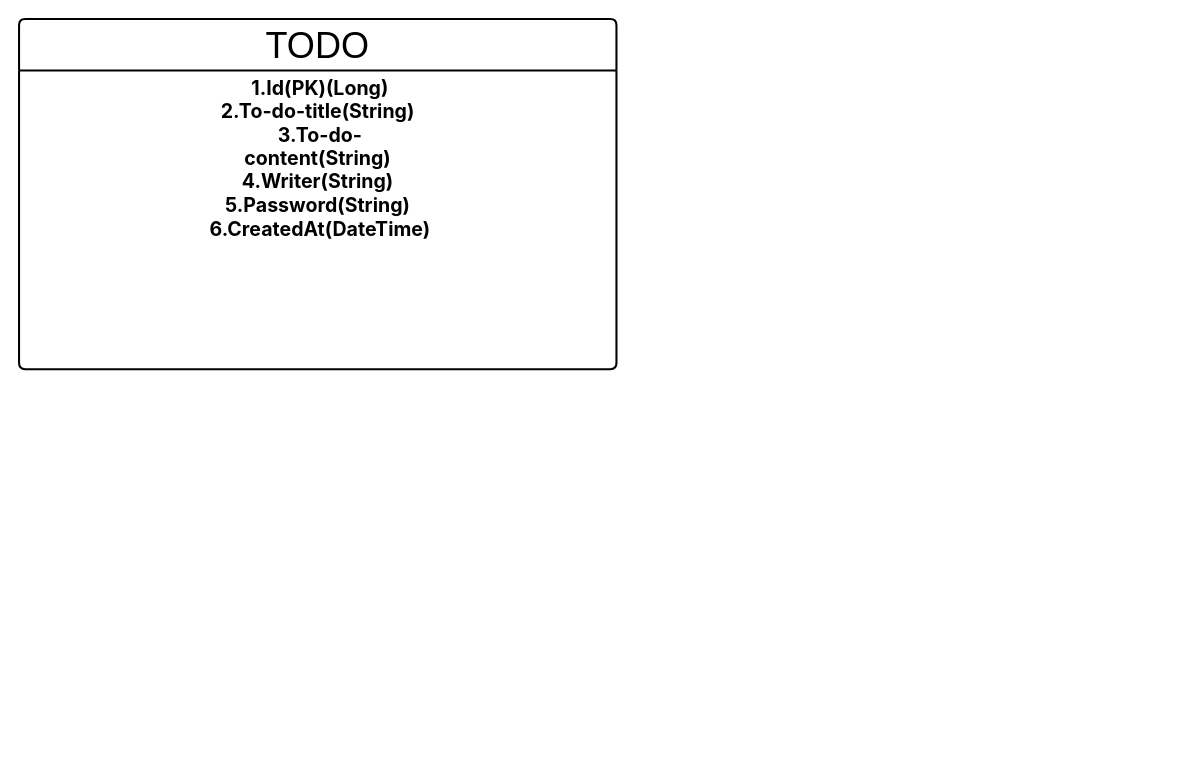
Above: 제목 없는 다이어그램.drawio in harvey11010/todo (draw.io), before the change. Source tidied: cells renumbered, new cells numbered last; positions are measured from the earlier drawing's top-left corner, leaving out a move shared by most shapes. Both pictures are drawn from the tidied source at 103%, with x=0, y=0 at pixel (19, 19).
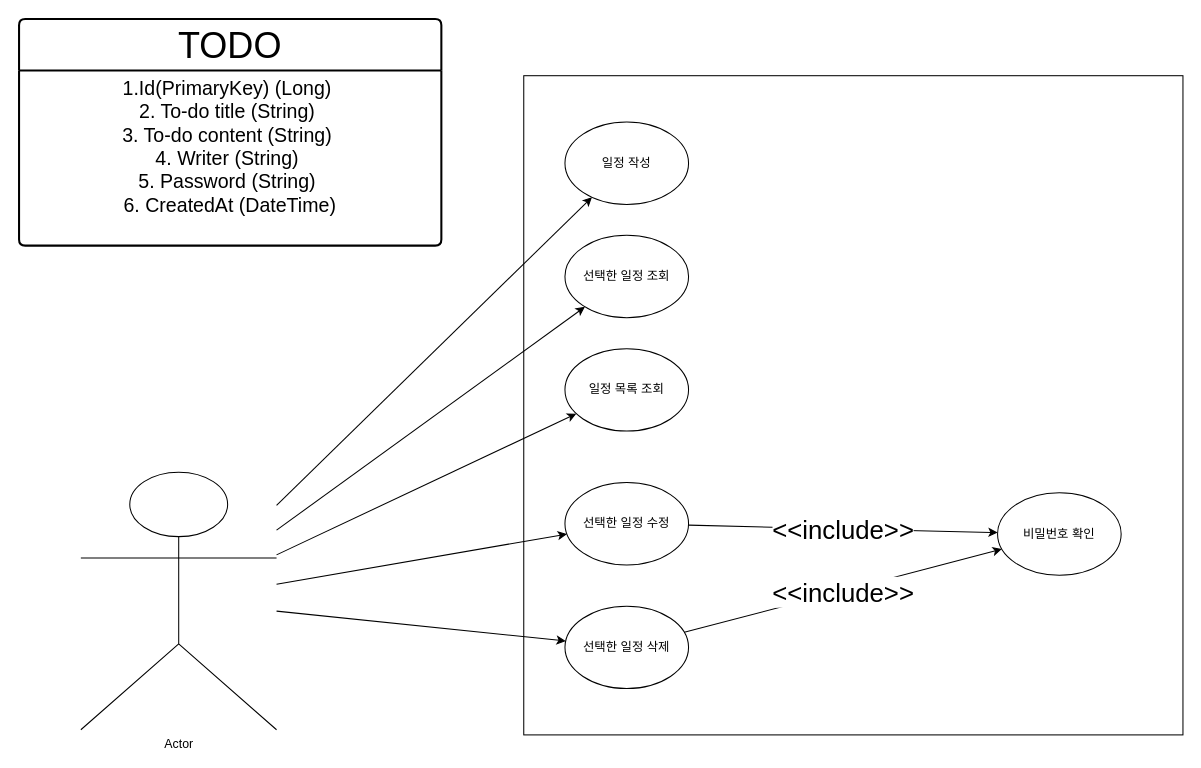
Above is the later version.

Commit message:
제목 없는 다이어그램.drawio 업데이트

Change to the diagram source:
```diff
@@
+    <mxCell id="4" style="whiteSpace=wrap;html=1;" parent="1" vertex="1">
+      <mxGeometry x="490" y="55" width="640" height="640" as="geometry" />
+    </mxCell>
     <mxCell id="2" value="&lt;font style=&quot;font-size: 35px;&quot;&gt;TODO&lt;/font&gt;" style="swimlane;horizontal=1;startSize=50;rounded=1;fontSize=14;fontStyle=0;strokeWidth=2;shadow=0;dashed=0;align=center;arcSize=4;whiteSpace=wrap;html=1;fontColor=default;" parent="1" vertex="1">
-      <mxGeometry width="580" height="340" as="geometry" />
+      <mxGeometry width="410" height="220" as="geometry" />
     </mxCell>
+    <mxCell id="5" value="1.Id(PrimaryKey) (Long) &#10;2. To-do title (String) &#10;3. To-do content (String) &#10;4. Writer (String) &#10;5. Password (String) &#10;6. CreatedAt (DateTime)" style="text;whiteSpace=wrap;align=center;fontSize=19;" parent="2" vertex="1">
+      <mxGeometry y="50" width="410" height="290" as="geometry" />
+    </mxCell>
-    <mxCell id="3" value="&lt;font size=&quot;1&quot; face=&quot;Pretendard Std, Pretendard, Pretendard JP, -apple-system, blinkmacsystemfont, system-ui, roboto, Helvetica Neue, Segoe UI, Apple SD Gothic Neo, Noto Sans KR, Malgun Gothic, sans-serif&quot;&gt;&lt;span style=&quot;text-wrap: wrap;&quot;&gt;&lt;b style=&quot;font-size: 19px;&quot;&gt;1.Id(PK)(Long)&lt;/b&gt;&lt;/span&gt;&lt;/font&gt;&lt;div&gt;&lt;b style=&quot;text-wrap: wrap; font-family: &amp;quot;Pretendard Std&amp;quot;, Pretendard, &amp;quot;Pretendard JP&amp;quot;, -apple-system, blinkmacsystemfont, system-ui, roboto, &amp;quot;Helvetica Neue&amp;quot;, &amp;quot;Segoe UI&amp;quot;, &amp;quot;Apple SD Gothic Neo&amp;quot;, &amp;quot;Noto Sans KR&amp;quot;, &amp;quot;Malgun Gothic&amp;quot;, sans-serif; background-color: initial; font-size: 19px;&quot;&gt;2.To-do-title(String)&amp;nbsp;&lt;/b&gt;&lt;div&gt;&lt;font size=&quot;1&quot; face=&quot;Pretendard Std, Pretendard, Pretendard JP, -apple-system, blinkmacsystemfont, system-ui, roboto, Helvetica Neue, Segoe UI, Apple SD Gothic Neo, Noto Sans KR, Malgun Gothic, sans-serif&quot;&gt;&lt;span style=&quot;text-wrap: wrap;&quot;&gt;&lt;b style=&quot;font-size: 19px;&quot;&gt;3.To-do-content(String)&amp;nbsp;&lt;/b&gt;&lt;/span&gt;&lt;/font&gt;&lt;/div&gt;&lt;div&gt;&lt;font size=&quot;1&quot; face=&quot;Pretendard Std, Pretendard, Pretendard JP, -apple-system, blinkmacsystemfont, system-ui, roboto, Helvetica Neue, Segoe UI, Apple SD Gothic Neo, Noto Sans KR, Malgun Gothic, sans-serif&quot;&gt;&lt;span style=&quot;text-wrap: wrap;&quot;&gt;&lt;b style=&quot;font-size: 19px;&quot;&gt;4.Writer(String)&amp;nbsp;&lt;/b&gt;&lt;/span&gt;&lt;/font&gt;&lt;/div&gt;&lt;div&gt;&lt;font size=&quot;1&quot; face=&quot;Pretendard Std, Pretendard, Pretendard JP, -apple-system, blinkmacsystemfont, system-ui, roboto, Helvetica Neue, Segoe UI, Apple SD Gothic Neo, Noto Sans KR, Malgun Gothic, sans-serif&quot;&gt;&lt;span style=&quot;text-wrap: wrap;&quot;&gt;&lt;b style=&quot;font-size: 19px;&quot;&gt;5.Password(String)&amp;nbsp;&lt;/b&gt;&lt;/span&gt;&lt;/font&gt;&lt;/div&gt;&lt;div&gt;&lt;font size=&quot;1&quot; face=&quot;Pretendard Std, Pretendard, Pretendard JP, -apple-system, blinkmacsystemfont, system-ui, roboto, Helvetica Neue, Segoe UI, Apple SD Gothic Neo, Noto Sans KR, Malgun Gothic, sans-serif&quot;&gt;&lt;span style=&quot;text-wrap: wrap;&quot;&gt;&lt;b style=&quot;font-size: 19px;&quot;&gt;6.CreatedAt(DateTime)&lt;/b&gt;&lt;/span&gt;&lt;/font&gt;&lt;/div&gt;&lt;/div&gt;" style="align=center;strokeColor=none;fillColor=none;spacingLeft=4;fontSize=12;verticalAlign=top;html=1;fontColor=default;" parent="2" vertex="1">
-      <mxGeometry y="50" width="580" height="290" as="geometry" />
+    <mxCell id="3" value="&lt;div&gt;&lt;br&gt;&lt;/div&gt;" style="align=center;strokeColor=none;fillColor=none;spacingLeft=4;fontSize=12;verticalAlign=top;html=1;fontColor=default;" parent="2" vertex="1">
+      <mxGeometry y="340" width="410" height="-120" as="geometry" />
     </mxCell>
+    <mxCell id="6" value="Actor" style="shape=umlActor;verticalLabelPosition=bottom;verticalAlign=top;html=1;outlineConnect=0;" parent="1" vertex="1">
+      <mxGeometry x="60" y="440" width="190" height="250" as="geometry" />
+    </mxCell>
+    <mxCell id="7" value="선택한 일정 조회" style="ellipse;whiteSpace=wrap;html=1;" parent="1" vertex="1">
+      <mxGeometry x="530" y="210" width="120" height="80" as="geometry" />
+    </mxCell>
+    <mxCell id="8" value="일정 목록 조회" style="ellipse;whiteSpace=wrap;html=1;" parent="1" vertex="1">
+      <mxGeometry x="530" y="320" width="120" height="80" as="geometry" />
+    </mxCell>
+    <mxCell id="9" value="일정 작성" style="ellipse;whiteSpace=wrap;html=1;" parent="1" vertex="1">
+      <mxGeometry x="530" y="100" width="120" height="80" as="geometry" />
+    </mxCell>
+    <mxCell id="10" value="선택한 일정 삭제" style="ellipse;whiteSpace=wrap;html=1;" parent="1" vertex="1">
+      <mxGeometry x="530" y="570" width="120" height="80" as="geometry" />
+    </mxCell>
+    <mxCell id="11" value="선택한 일정 수정" style="ellipse;whiteSpace=wrap;html=1;" parent="1" vertex="1">
+      <mxGeometry x="530" y="450" width="120" height="80" as="geometry" />
+    </mxCell>
+    <mxCell id="12" value="비밀번호 확인" style="ellipse;whiteSpace=wrap;html=1;" parent="1" vertex="1">
+      <mxGeometry x="950" y="460" width="120" height="80" as="geometry" />
+    </mxCell>
+    <mxCell id="13" style="endArrow=classic;html=1;rounded=0;" parent="1" edge="1" source="6" target="9">
+      <mxGeometry relative="1" as="geometry" />
+    </mxCell>
+    <mxCell id="14" style="endArrow=classic;html=1;rounded=0;" parent="1" edge="1" source="6" target="7">
+      <mxGeometry relative="1" as="geometry" />
+    </mxCell>
+    <mxCell id="15" style="endArrow=classic;html=1;rounded=0;" parent="1" edge="1" source="6" target="8">
+      <mxGeometry relative="1" as="geometry" />
+    </mxCell>
+    <mxCell id="16" style="endArrow=classic;html=1;rounded=0;" parent="1" edge="1" source="6" target="11">
+      <mxGeometry relative="1" as="geometry" />
+    </mxCell>
+    <mxCell id="17" style="endArrow=classic;html=1;rounded=0;" parent="1" edge="1" source="6" target="10">
+      <mxGeometry relative="1" as="geometry" />
+    </mxCell>
+    <mxCell id="18" style="endArrow=classic;html=1;rounded=0;" parent="1" edge="1" source="11" target="12">
+      <mxGeometry relative="1" as="geometry" />
+    </mxCell>
+    <mxCell id="19" value="&lt;font style=&quot;font-size: 25px;&quot;&gt;&amp;lt;&amp;lt;include&amp;gt;&amp;gt;&lt;/font&gt;" style="edgeLabel;html=1;align=center;verticalAlign=middle;" parent="18" vertex="1">
+      <mxGeometry relative="1" as="geometry" />
+    </mxCell>
+    <mxCell id="20" style="endArrow=classic;html=1;rounded=0;fontSize=12;" parent="1" edge="1" source="10" target="12">
+      <mxGeometry relative="1" as="geometry" />
+    </mxCell>
+    <mxCell id="21" value="&lt;font style=&quot;font-size: 25px;&quot;&gt;&amp;lt;&amp;lt;include&amp;gt;&amp;gt;&lt;/font&gt;" style="edgeLabel;html=1;align=center;verticalAlign=middle;" parent="20" vertex="1">
+      <mxGeometry relative="1" as="geometry" />
+    </mxCell>
```
